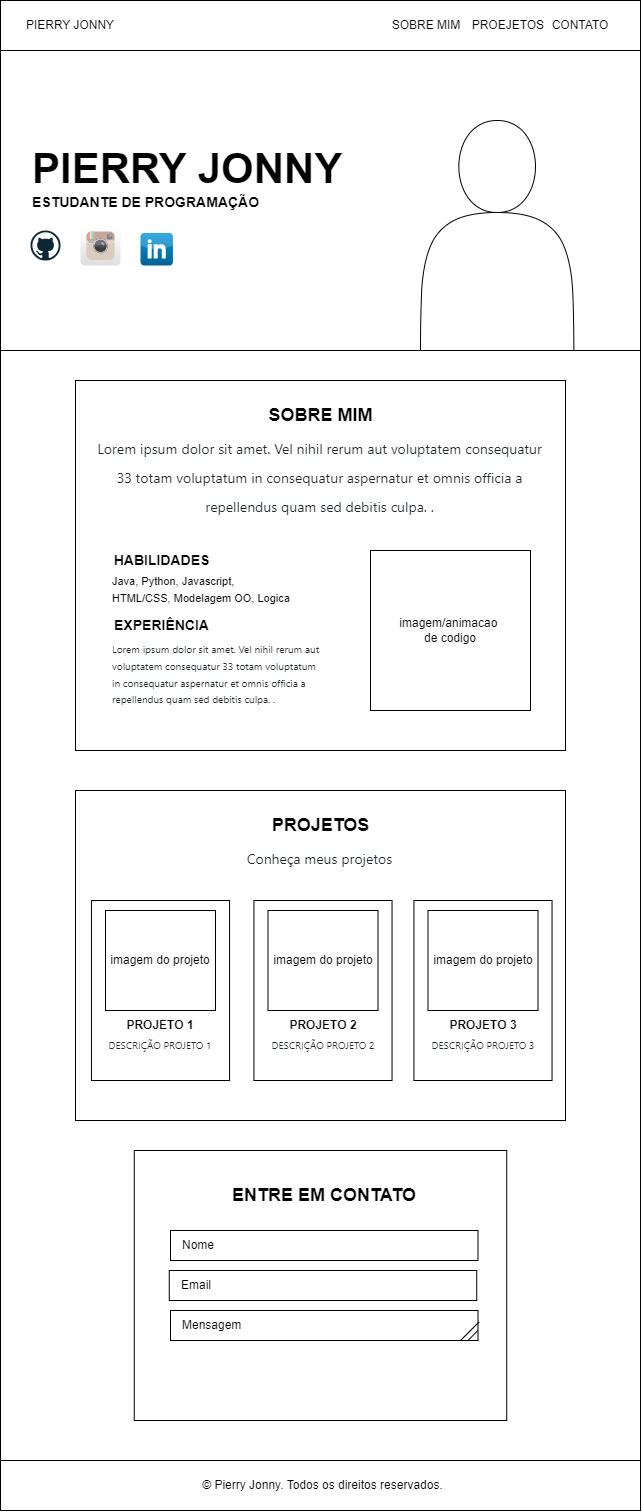
314erry/Aula_190824-devweb keeps this draw.io diagram as img/wireframe/portfolio wireframe.png. Above is the earlier version. Source tidied: cells renumbered, new cells last; positions are measured from the earlier drawing's top-left corner, leaving out a move shared by most shapes.
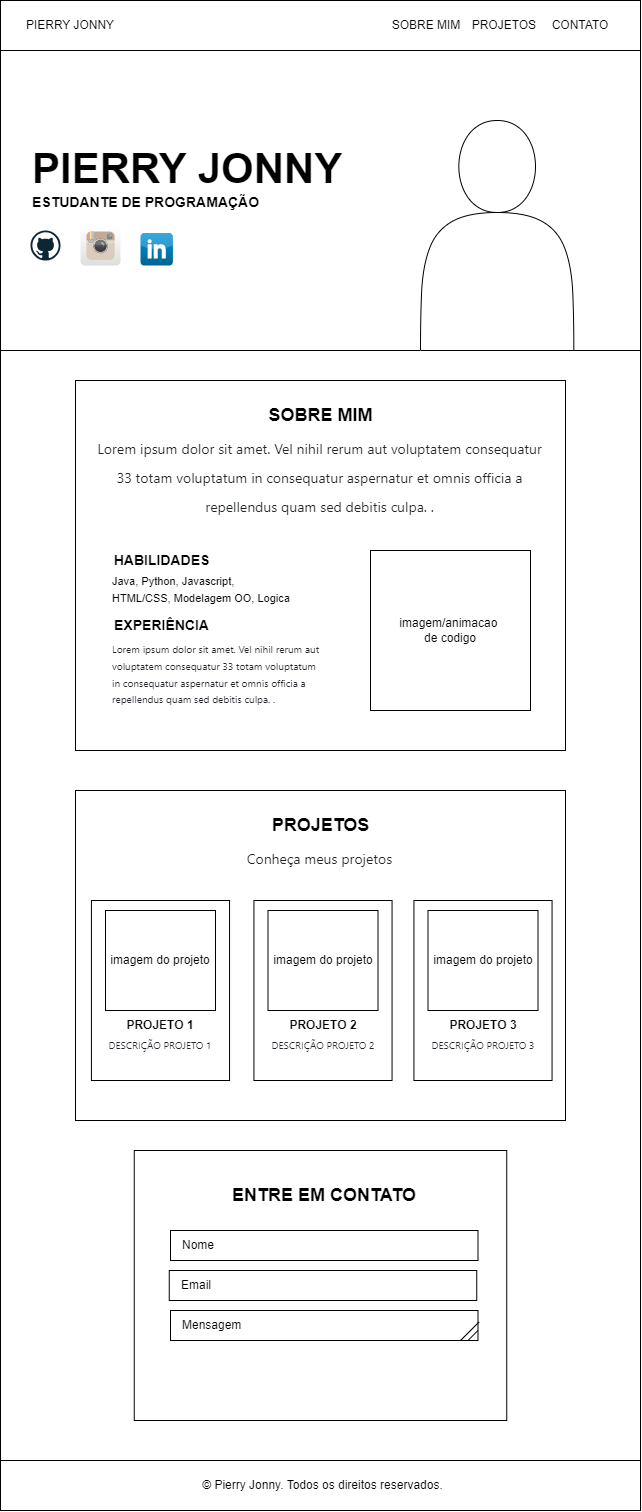
After the commit.

What changed in the source:
```diff
@@ -11,7 +11,7 @@
     <mxCell id="4" value="PIERRY JONNY" style="text;html=1;align=center;verticalAlign=middle;whiteSpace=wrap;rounded=0;" parent="1" vertex="1">
       <mxGeometry x="20" y="10" width="100" height="30" as="geometry" />
     </mxCell>
-    <mxCell id="5" value="SOBRE MIM&lt;span style=&quot;white-space: pre;&quot;&gt;&#9;&lt;/span&gt;PROEJETOS&lt;span style=&quot;white-space: pre;&quot;&gt;&#9;&lt;/span&gt;CONTATO" style="text;html=1;align=center;verticalAlign=middle;whiteSpace=wrap;rounded=0;" parent="1" vertex="1">
+    <mxCell id="5" value="SOBRE MIM&lt;span style=&quot;white-space: pre;&quot;&gt;&#9;&lt;/span&gt;PROJETOS&lt;span style=&quot;white-space: pre;&quot;&gt;&#9;&lt;/span&gt;CONTATO" style="text;html=1;align=center;verticalAlign=middle;whiteSpace=wrap;rounded=0;" parent="1" vertex="1">
       <mxGeometry x="370" y="10" width="260" height="30" as="geometry" />
     </mxCell>
     <mxCell id="6" style="rounded=0;whiteSpace=wrap;html=1;" parent="1" vertex="1">
```
